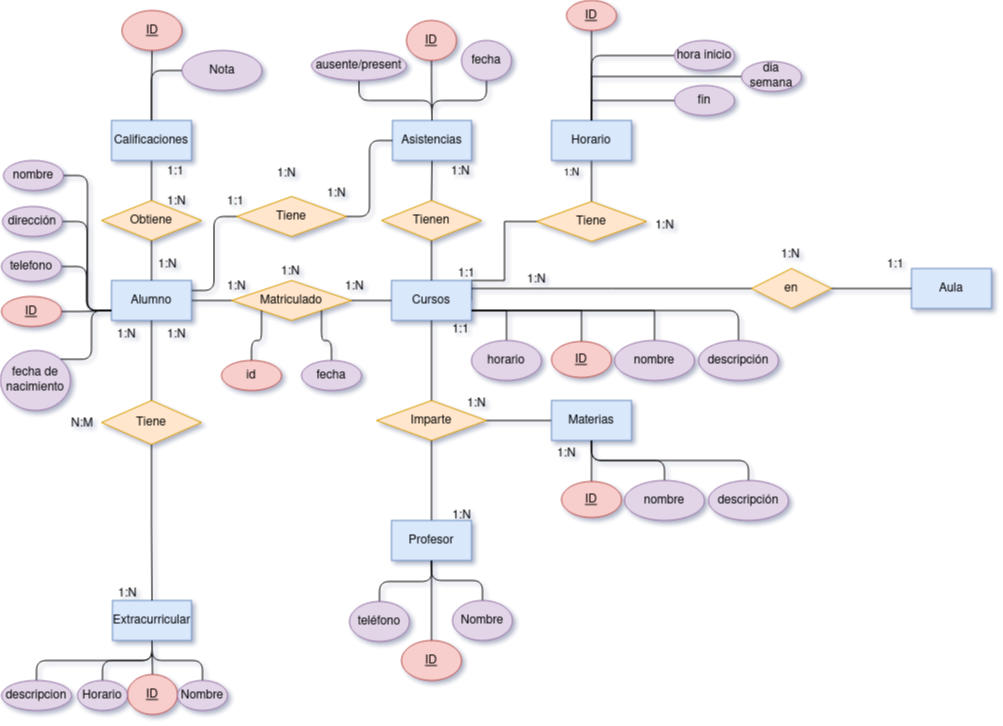
Earlier version of the draw.io export Unidad-1/Tareas/Tarea_evaluable1/tareaentregable.drawio.png (toninavhd/Base-datos). Source tidied: cells renumbered, new cells last; positions are measured from the earlier drawing's top-left corner, leaving out a move shared by most shapes.
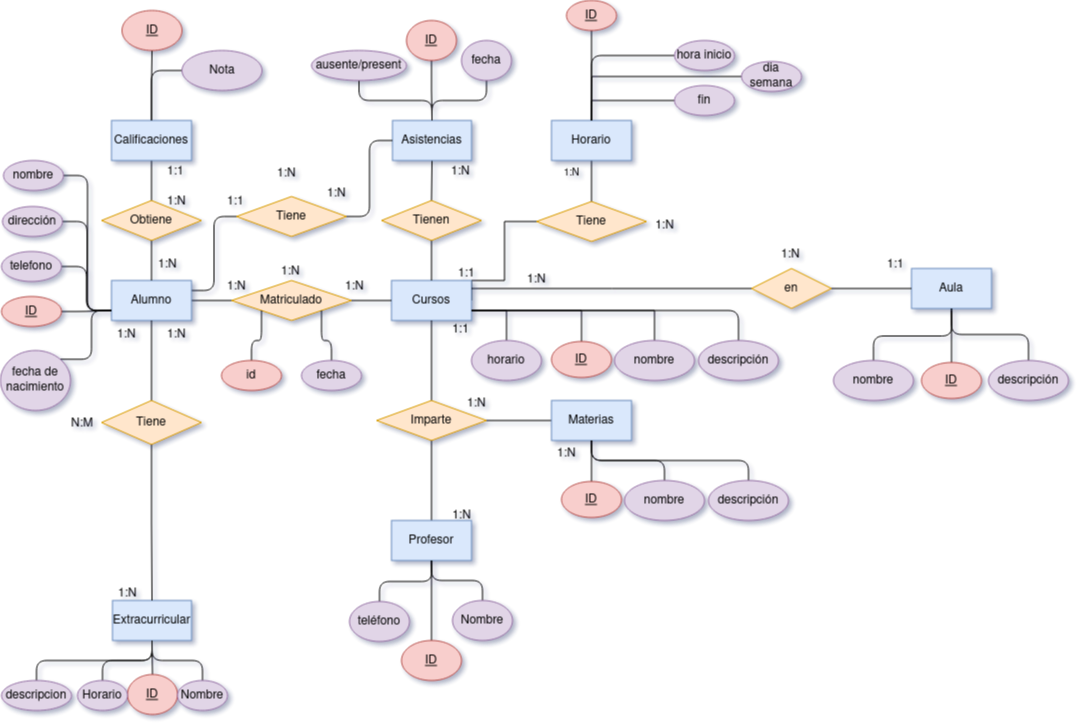
After the change.

What changed in the source:
```diff
@@ -377,5 +377,25 @@
     <mxCell id="119" value="1:N" style="text;strokeColor=none;fillColor=none;spacingLeft=4;spacingRight=4;overflow=hidden;fontSize=12;whiteSpace=wrap;html=1;" parent="1" vertex="1">
       <mxGeometry x="275" y="258" width="40" height="30" as="geometry" />
     </mxCell>
+    <mxCell id="120" style="edgeStyle=orthogonalEdgeStyle;rounded=0;jettySize=auto;html=1;exitX=0.5;exitY=0;exitDx=0;exitDy=0;endArrow=none;endFill=0;" parent="1" edge="1" source="121" target="98">
+      <mxGeometry relative="1" as="geometry" />
+    </mxCell>
+    <mxCell id="121" value="&lt;u&gt;ID&lt;/u&gt;" style="ellipse;whiteSpace=wrap;html=1;fillColor=#f8cecc;strokeColor=#b85450;" parent="1" vertex="1">
+      <mxGeometry x="921" y="362" width="60" height="36" as="geometry" />
+    </mxCell>
+    <mxCell id="122" style="edgeStyle=orthogonalEdgeStyle;rounded=1;jettySize=auto;html=1;exitX=0.5;exitY=0;exitDx=0;exitDy=0;endArrow=none;endFill=0;" parent="1" edge="1" source="123">
+      <mxGeometry relative="1" as="geometry">
+        <mxPoint x="951" y="310" as="targetPoint" />
+      </mxGeometry>
+    </mxCell>
+    <mxCell id="123" value="nombre" style="ellipse;whiteSpace=wrap;html=1;fillColor=#e1d5e7;strokeColor=#9673a6;" parent="1" vertex="1">
+      <mxGeometry x="833" y="360" width="80" height="40" as="geometry" />
+    </mxCell>
+    <mxCell id="124" style="edgeStyle=orthogonalEdgeStyle;rounded=1;jettySize=auto;html=1;exitX=0.5;exitY=0;exitDx=0;exitDy=0;endArrow=none;endFill=0;" parent="1" edge="1" source="125" target="98">
+      <mxGeometry relative="1" as="geometry" />
+    </mxCell>
+    <mxCell id="125" value="descripción" style="ellipse;whiteSpace=wrap;html=1;fillColor=#e1d5e7;strokeColor=#9673a6;" parent="1" vertex="1">
+      <mxGeometry x="988" y="360" width="80" height="40" as="geometry" />
+    </mxCell>
   </root>
 </mxGraphModel>
```
